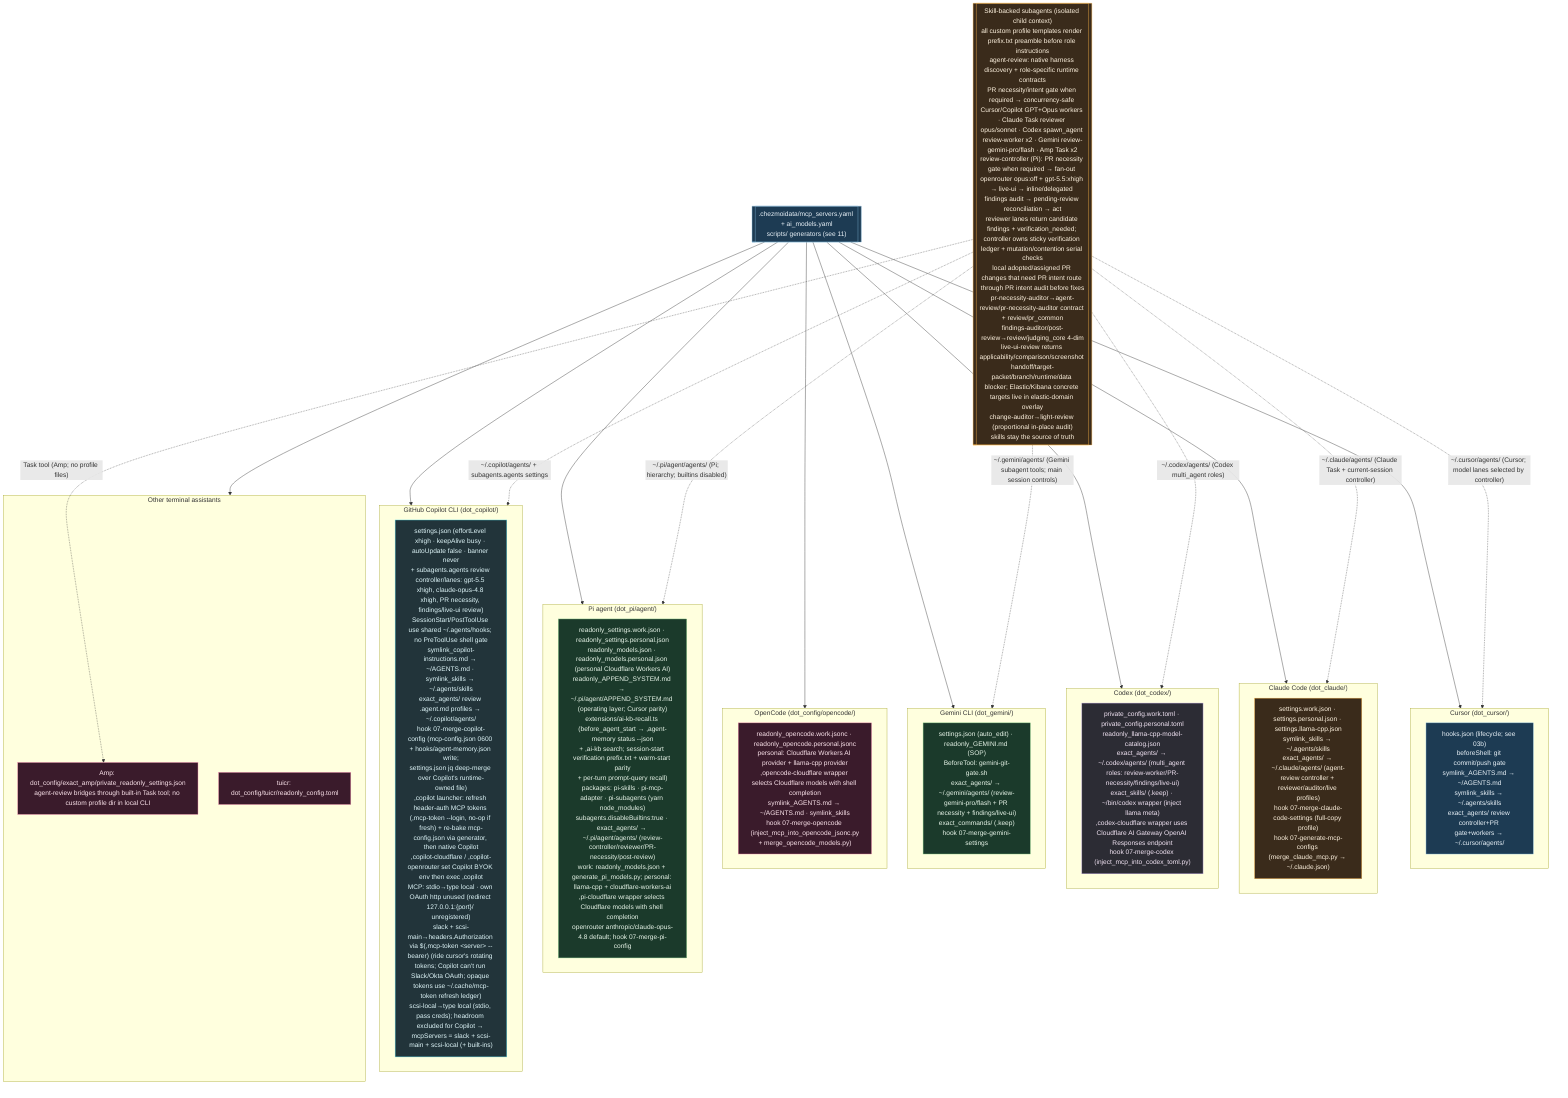
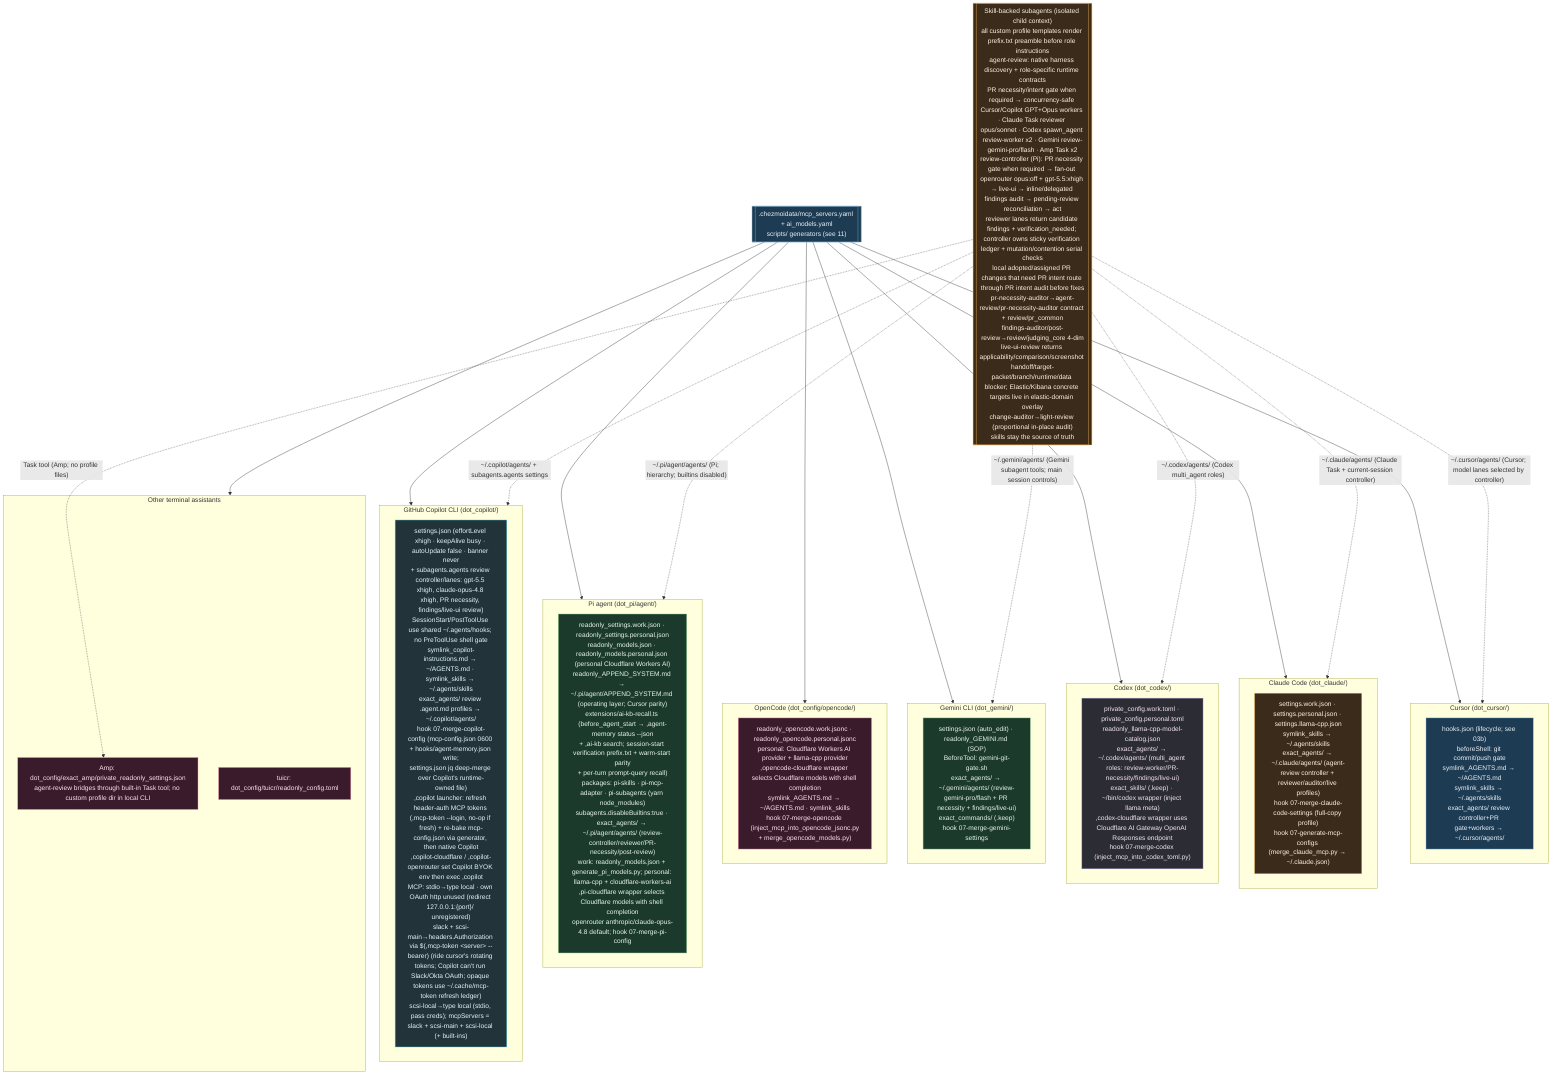
%% ============================================================================
%% 12-ai-tool-configs.mmd — Every per-tool AI config file in home/.
%% Pattern: source carries .work + .personal variants; a 07-merge-* hook picks
%% by isWork and merges generated MCP/model blocks into the live config.
%% ============================================================================
flowchart TB
    classDef cursor fill:#1d3b53,stroke:#7fb3d5,color:#eaf2f8;
    classDef claude fill:#3a2b1b,stroke:#ffb74d,color:#fff3e0;
    classDef codex fill:#2c2c34,stroke:#b39ddb,color:#f3e5f5;
    classDef gem fill:#1b3a2b,stroke:#81c784,color:#e8f5e9;
    classDef oc fill:#3a1b2b,stroke:#f48fb1,color:#fce4ec;
    classDef cop fill:#22343a,stroke:#4dd0e1,color:#e0f7fa;

    subgraph CURSOR["Cursor (dot_cursor/)"]
        CU["hooks.json (lifecycle; see 03b)<br/>beforeShell: git commit/push gate<br/>symlink_AGENTS.md → ~/AGENTS.md<br/>symlink_skills → ~/.agents/skills<br/>exact_agents/ review controller+PR gate+workers → ~/.cursor/agents/"]:::cursor
    end

    subgraph CLAUDE["Claude Code (dot_claude/)"]
        CLD["settings.work.json · settings.personal.json · settings.llama-cpp.json<br/>symlink_skills → ~/.agents/skills<br/>exact_agents/ → ~/.claude/agents/ (agent-review controller + reviewer/auditor/live profiles)<br/>hook 07-merge-claude-code-settings (full-copy profile)<br/>hook 07-generate-mcp-configs (merge_claude_mcp.py → ~/.claude.json)"]:::claude
    end

    subgraph CODEX["Codex (dot_codex/)"]
        CDX["private_config.work.toml · private_config.personal.toml<br/>readonly_llama-cpp-model-catalog.json<br/>exact_agents/ → ~/.codex/agents/ (multi_agent roles: review-worker/PR-necessity/findings/live-ui)<br/>exact_skills/ (.keep) · ~/bin/codex wrapper (inject llama meta)<br/>,codex-cloudflare wrapper uses Cloudflare AI Gateway OpenAI Responses endpoint<br/>hook 07-merge-codex (inject_mcp_into_codex_toml.py)"]:::codex
    end

    subgraph GEMINI["Gemini CLI (dot_gemini/)"]
        GMN["settings.json (auto_edit) · readonly_GEMINI.md (SOP)<br/>BeforeTool: gemini-git-gate.sh<br/>exact_agents/ → ~/.gemini/agents/ (review-gemini-pro/flash + PR necessity + findings/live-ui)<br/>exact_commands/ (.keep)<br/>hook 07-merge-gemini-settings"]:::gem
    end

    subgraph OPENCODE["OpenCode (dot_config/opencode/)"]
        OPC["readonly_opencode.work.jsonc · readonly_opencode.personal.jsonc<br/>personal: Cloudflare Workers AI provider + llama-cpp provider<br/>,opencode-cloudflare wrapper selects Cloudflare models with shell completion<br/>symlink_AGENTS.md → ~/AGENTS.md · symlink_skills<br/>hook 07-merge-opencode (inject_mcp_into_opencode_jsonc.py<br/>+ merge_opencode_models.py)"]:::oc
    end

    subgraph PI["Pi agent (dot_pi/agent/)"]
        PIA["readonly_settings.work.json · readonly_settings.personal.json<br/>readonly_models.json · readonly_models.personal.json (personal Cloudflare Workers AI)<br/>readonly_APPEND_SYSTEM.md → ~/.pi/agent/APPEND_SYSTEM.md (operating layer; Cursor parity)<br/>extensions/ai-kb-recall.ts (before_agent_start → ,agent-memory status --json<br/>+ ,ai-kb search; session-start verification prefix.txt + warm-start parity<br/>+ per-turn prompt-query recall)<br/>packages: pi-skills · pi-mcp-adapter · pi-subagents (yarn node_modules)<br/>subagents.disableBuiltins:true · exact_agents/ → ~/.pi/agent/agents/ (review-controller/reviewer/PR-necessity/post-review)<br/>work: readonly_models.json + generate_pi_models.py; personal: llama-cpp + cloudflare-workers-ai<br/>,pi-cloudflare wrapper selects Cloudflare models with shell completion<br/>openrouter anthropic/claude-opus-4.8 default; hook 07-merge-pi-config"]:::gem
    end

    subgraph COPILOT["GitHub Copilot CLI (dot_copilot/)"]
-         COP["settings.json (effortLevel xhigh · keepAlive busy · autoUpdate false · banner never<br/>+ subagents.agents review controller/lanes: gpt-5.5 xhigh, claude-opus-4.8 xhigh, PR necessity, findings/live-ui review)<br/>SessionStart/PostToolUse use shared ~/.agents/hooks; no PreToolUse shell gate<br/>symlink_copilot-instructions.md → ~/AGENTS.md · symlink_skills → ~/.agents/skills<br/>exact_agents/ review .agent.md profiles → ~/.copilot/agents/<br/>hook 07-merge-copilot-config (mcp-config.json 0600 + hooks/agent-memory.json write;<br/>settings.json jq deep-merge over Copilot's runtime-owned file)<br/>,copilot launcher: refresh header-auth MCP tokens (,mcp-token --login, no-op if fresh) + re-bake mcp-config.json via generator, then native Copilot<br/>,copilot-cloudflare / ,copilot-openrouter set Copilot BYOK env then exec ,copilot<br/>MCP: stdio→type local · own OAuth http unused (redirect 127.0.0.1:{port}/ unregistered)<br/>slack + scsi-main→headers.Authorization via $(,mcp-token &lt;server&gt; --bearer) (ride cursor's rotating tokens; Copilot can't run Slack/Okta OAuth; opaque tokens use ~/.cache/mcp-token refresh ledger)<br/>scsi-local→type local (stdio, pass creds); headroom excluded for Copilot → mcpServers = slack + scsi-main + scsi-local (+ built-ins)"]:::cop
+         COP["settings.json (effortLevel xhigh · keepAlive busy · autoUpdate false · banner never<br/>+ subagents.agents review controller/lanes: gpt-5.5 xhigh, claude-opus-4.8 xhigh, PR necessity, findings/live-ui review)<br/>SessionStart/PostToolUse use shared ~/.agents/hooks; no PreToolUse shell gate<br/>symlink_copilot-instructions.md → ~/AGENTS.md · symlink_skills → ~/.agents/skills<br/>exact_agents/ review .agent.md profiles → ~/.copilot/agents/<br/>hook 07-merge-copilot-config (mcp-config.json 0600 + hooks/agent-memory.json write;<br/>settings.json jq deep-merge over Copilot's runtime-owned file)<br/>,copilot launcher: refresh header-auth MCP tokens (,mcp-token --login, no-op if fresh) + re-bake mcp-config.json via generator, then native Copilot<br/>,copilot-cloudflare / ,copilot-openrouter set Copilot BYOK env then exec ,copilot<br/>MCP: stdio→type local · own OAuth http unused (redirect 127.0.0.1:{port}/ unregistered)<br/>slack + scsi-main→headers.Authorization via $(,mcp-token &lt;server&gt; --bearer) (ride cursor's rotating tokens; Copilot can't run Slack/Okta OAuth; opaque tokens use ~/.cache/mcp-token refresh ledger)<br/>scsi-local→type local (stdio, pass creds); mcpServers = slack + scsi-main + scsi-local (+ built-ins)"]:::cop
    end

    subgraph OTHER["Other terminal assistants"]
        AMP["Amp: dot_config/exact_amp/private_readonly_settings.json<br/>agent-review bridges through built-in Task tool; no custom profile dir in local CLI"]:::oc
        TUI["tuicr: dot_config/tuicr/readonly_config.toml"]:::oc
    end

    REG[[".chezmoidata/mcp_servers.yaml + ai_models.yaml<br/>scripts/ generators (see 11)"]]:::cursor
    REG --> CURSOR & CLAUDE & CODEX & GEMINI & OPENCODE & PI & COPILOT & OTHER

    SUBA[["Skill-backed subagents (isolated child context)<br/>all custom profile templates render prefix.txt preamble before role instructions<br/>agent-review: native harness discovery + role-specific runtime contracts<br/>PR necessity/intent gate when required → concurrency-safe Cursor/Copilot GPT+Opus workers · Claude Task reviewer opus/sonnet · Codex spawn_agent review-worker x2 · Gemini review-gemini-pro/flash · Amp Task x2<br/>review-controller (Pi): PR necessity gate when required → fan-out openrouter opus:off + gpt-5.5:xhigh → live-ui → inline/delegated findings audit → pending-review reconciliation → act<br/>reviewer lanes return candidate findings + verification_needed; controller owns sticky verification ledger + mutation/contention serial checks<br/>local adopted/assigned PR changes that need PR intent route through PR intent audit before fixes<br/>pr-necessity-auditor→agent-review/pr-necessity-auditor contract + review/pr_common<br/>findings-auditor/post-review→review/judging_core 4-dim<br/>live-ui-review returns applicability/comparison/screenshot handoff/target-packet/branch/runtime/data blocker; Elastic/Kibana concrete targets live in elastic-domain overlay<br/>change-auditor→light-review (proportional in-place audit)<br/>skills stay the source of truth"]]:::claude
    SUBA -.->|"~/.cursor/agents/ (Cursor; model lanes selected by controller)"| CURSOR
    SUBA -.->|"~/.copilot/agents/ + subagents.agents settings"| COPILOT
    SUBA -.->|"~/.claude/agents/ (Claude Task + current-session controller)"| CLAUDE
    SUBA -.->|"~/.codex/agents/ (Codex multi_agent roles)"| CODEX
    SUBA -.->|"~/.gemini/agents/ (Gemini subagent tools; main session controls)"| GEMINI
    SUBA -.->|"Task tool (Amp; no profile files)"| AMP
    SUBA -.->|"~/.pi/agent/agents/ (Pi; hierarchy; builtins disabled)"| PI
